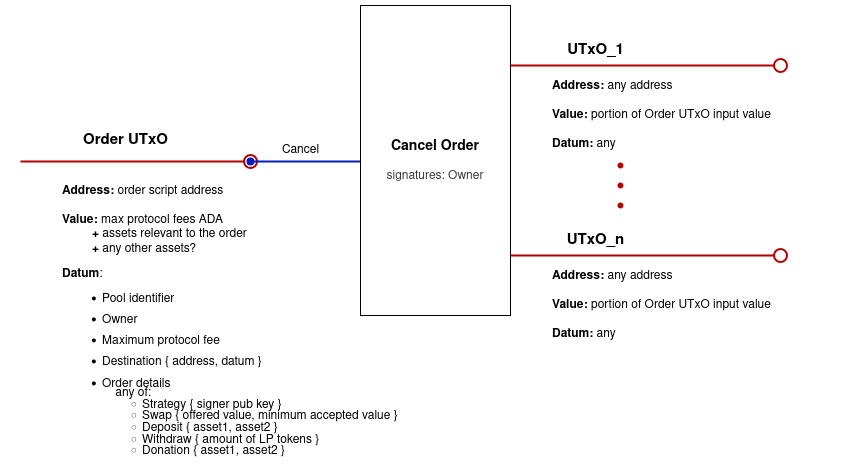
This is src/img/cancel_order.png from txpipe-shop/sundae-swap, a draw.io export, as it was before one commit. Source tidied: cells renumbered, new cells last; positions are measured from the earlier drawing's top-left corner, leaving out a move shared by most shapes. Its diagram source:
```xml
<mxGraphModel>
  <root>
    <mxCell id="0" />
    <mxCell id="1" parent="0" />
    <mxCell id="2" style="endArrow=oval;html=1;rounded=0;strokeWidth=2;fillColor=#e51400;strokeColor=#B20000;startArrow=none;startFill=0;endFill=0;endSize=13;" parent="1" edge="1">
      <mxGeometry relative="1" as="geometry">
        <mxPoint y="156" as="sourcePoint" />
        <mxPoint x="230" y="156" as="targetPoint" />
      </mxGeometry>
    </mxCell>
    <mxCell id="3" style="endArrow=oval;html=1;rounded=0;fillColor=#0050ef;strokeColor=#001DBC;shadow=0;strokeWidth=2;startArrow=none;startFill=0;endFill=1;endSize=6;" parent="1" edge="1">
      <mxGeometry relative="1" as="geometry">
        <mxPoint x="350" y="156" as="sourcePoint" />
        <mxPoint x="230" y="156" as="targetPoint" />
      </mxGeometry>
    </mxCell>
    <mxCell id="4" value="&lt;b&gt;&lt;font style=&quot;&quot;&gt;&lt;span style=&quot;font-size: 14px;&quot;&gt;Cancel Order&lt;/span&gt;&lt;/font&gt;&lt;/b&gt;&lt;br&gt;&lt;font color=&quot;#808080&quot;&gt;&lt;br&gt;&lt;/font&gt;&lt;font color=&quot;#3d3846&quot;&gt;signatures: Owner&lt;/font&gt;" style="rounded=0;whiteSpace=wrap;html=1;" parent="1" vertex="1">
      <mxGeometry x="340" width="150" height="310" as="geometry" />
    </mxCell>
    <mxCell id="5" value="&lt;div&gt;&lt;b&gt;Address: &lt;/b&gt;order script address&lt;b&gt;&lt;br&gt;&lt;br&gt;Value: &lt;/b&gt;max protocol fees&lt;b&gt; &lt;/b&gt;ADA&lt;/div&gt;&lt;div&gt;&lt;b&gt;&amp;nbsp;&amp;nbsp;&amp;nbsp;&amp;nbsp;&amp;nbsp;&amp;nbsp;&amp;nbsp;&amp;nbsp; + &lt;/b&gt;assets relevant to the order&lt;b&gt;&lt;br&gt;&lt;/b&gt;&lt;/div&gt;&lt;div&gt;&lt;b&gt;&amp;nbsp;&amp;nbsp;&amp;nbsp;&amp;nbsp;&amp;nbsp;&amp;nbsp;&amp;nbsp;&amp;nbsp; + &lt;/b&gt;any other assets?&lt;br&gt;&lt;/div&gt;&lt;div&gt;&lt;p style=&quot;line-height: 100%;&quot;&gt;&lt;b&gt;Datum&lt;/b&gt;:&lt;/p&gt;&lt;ul style=&quot;line-height: 80%;&quot;&gt;&lt;li&gt;Pool identifier&lt;br&gt;&lt;/li&gt;&lt;br&gt;&lt;li&gt;Owner&lt;/li&gt;&lt;br&gt;&lt;li&gt;Maximum protocol fee&lt;br&gt;&lt;/li&gt;&lt;br&gt;&lt;li&gt;Destination { address, datum }&lt;br&gt;&lt;/li&gt;&lt;br&gt;&lt;li&gt;Order details&lt;br&gt;&amp;nbsp;&amp;nbsp;&amp;nbsp; any of:&lt;br&gt;&lt;/li&gt;&lt;ul&gt;&lt;li&gt;Strategy { signer pub key }&lt;/li&gt;&lt;li&gt;Swap { offered value, minimum accepted value }&lt;/li&gt;&lt;li&gt;Deposit { asset1, asset2 }&lt;/li&gt;&lt;li&gt;Withdraw { amount of LP tokens }&lt;/li&gt;&lt;li&gt;Donation { asset1, asset2 }&lt;br&gt;&lt;/li&gt;&lt;/ul&gt;&lt;/ul&gt;&lt;/div&gt;" style="text;html=1;strokeColor=none;fillColor=none;align=left;verticalAlign=middle;whiteSpace=wrap;rounded=0;" parent="1" vertex="1">
      <mxGeometry x="40" y="300" width="440" height="41" as="geometry" />
    </mxCell>
    <mxCell id="6" value="&lt;font style=&quot;font-size: 15px;&quot;&gt;&lt;b style=&quot;font-size: 12px;&quot;&gt;&lt;font style=&quot;font-size: 15px;&quot;&gt;Order UTxO&lt;br&gt;&lt;/font&gt;&lt;/b&gt;&lt;/font&gt;" style="text;html=1;align=center;verticalAlign=middle;strokeColor=none;fillColor=none;" parent="1" vertex="1">
      <mxGeometry x="50" y="120" width="110" height="30" as="geometry" />
    </mxCell>
    <mxCell id="7" style="endArrow=oval;html=1;rounded=0;strokeWidth=2;fillColor=#e51400;strokeColor=#B20000;startArrow=none;startFill=0;endFill=0;endSize=13;" parent="1" edge="1">
      <mxGeometry relative="1" as="geometry">
        <mxPoint x="490" y="60" as="sourcePoint" />
        <mxPoint x="760" y="60" as="targetPoint" />
      </mxGeometry>
    </mxCell>
    <mxCell id="8" value="&lt;b&gt;Address:&lt;/b&gt; any address&lt;br&gt;&lt;br&gt;&lt;div&gt;&lt;b&gt;Value: &lt;/b&gt;portion of Order UTxO input value&lt;br&gt;&lt;br&gt;&lt;b&gt;Datum:&lt;/b&gt; any&lt;br&gt;&lt;/div&gt;" style="text;html=1;strokeColor=none;fillColor=none;align=left;verticalAlign=middle;whiteSpace=wrap;rounded=0;" parent="1" vertex="1">
      <mxGeometry x="530" y="89" width="310" height="41" as="geometry" />
    </mxCell>
    <mxCell id="9" value="&lt;font style=&quot;font-size: 15px;&quot;&gt;&lt;b style=&quot;font-size: 12px;&quot;&gt;&lt;font style=&quot;font-size: 15px;&quot;&gt;UTxO_1&lt;/font&gt;&lt;/b&gt;&lt;/font&gt;" style="text;html=1;align=center;verticalAlign=middle;strokeColor=none;fillColor=none;" parent="1" vertex="1">
      <mxGeometry x="535" y="30" width="80" height="30" as="geometry" />
    </mxCell>
    <mxCell id="10" value="Cancel" style="text;html=1;align=center;verticalAlign=middle;strokeColor=none;fillColor=none;" parent="1" vertex="1">
      <mxGeometry x="250" y="130" width="60" height="30" as="geometry" />
    </mxCell>
    <mxCell id="11" style="shape=waypoint;sketch=0;size=6;fillColor=#e51400;perimeter=centerPerimeter;fontColor=#ffffff;strokeColor=#B20000;" parent="1" vertex="1">
      <mxGeometry x="590" y="150" width="20" height="20" as="geometry" />
    </mxCell>
    <mxCell id="12" style="shape=waypoint;sketch=0;size=6;fillColor=#e51400;perimeter=centerPerimeter;fontColor=#ffffff;strokeColor=#B20000;" parent="1" vertex="1">
      <mxGeometry x="590" y="170" width="20" height="20" as="geometry" />
    </mxCell>
    <mxCell id="13" style="shape=waypoint;sketch=0;size=6;fillColor=#e51400;perimeter=centerPerimeter;fontColor=#ffffff;strokeColor=#B20000;" parent="1" vertex="1">
      <mxGeometry x="590" y="190" width="20" height="20" as="geometry" />
    </mxCell>
    <mxCell id="14" style="endArrow=oval;html=1;rounded=0;strokeWidth=2;fillColor=#e51400;strokeColor=#B20000;startArrow=none;startFill=0;endFill=0;endSize=13;" parent="1" edge="1">
      <mxGeometry relative="1" as="geometry">
        <mxPoint x="490" y="250" as="sourcePoint" />
        <mxPoint x="760" y="250" as="targetPoint" />
      </mxGeometry>
    </mxCell>
    <mxCell id="15" value="&lt;b&gt;Address:&lt;/b&gt; any address&lt;br&gt;&lt;br&gt;&lt;div&gt;&lt;b&gt;Value: &lt;/b&gt;portion of Order UTxO input value&lt;br&gt;&lt;br&gt;&lt;b&gt;Datum:&lt;/b&gt; any&lt;br&gt;&lt;/div&gt;" style="text;html=1;strokeColor=none;fillColor=none;align=left;verticalAlign=middle;whiteSpace=wrap;rounded=0;" parent="1" vertex="1">
      <mxGeometry x="530" y="279.5" width="310" height="41" as="geometry" />
    </mxCell>
    <mxCell id="16" value="&lt;font style=&quot;font-size: 15px;&quot;&gt;&lt;b style=&quot;font-size: 12px;&quot;&gt;&lt;font style=&quot;font-size: 15px;&quot;&gt;UTxO_n&lt;/font&gt;&lt;/b&gt;&lt;/font&gt;" style="text;html=1;align=center;verticalAlign=middle;strokeColor=none;fillColor=none;" parent="1" vertex="1">
      <mxGeometry x="535" y="220" width="80" height="30" as="geometry" />
    </mxCell>
  </root>
</mxGraphModel>
```
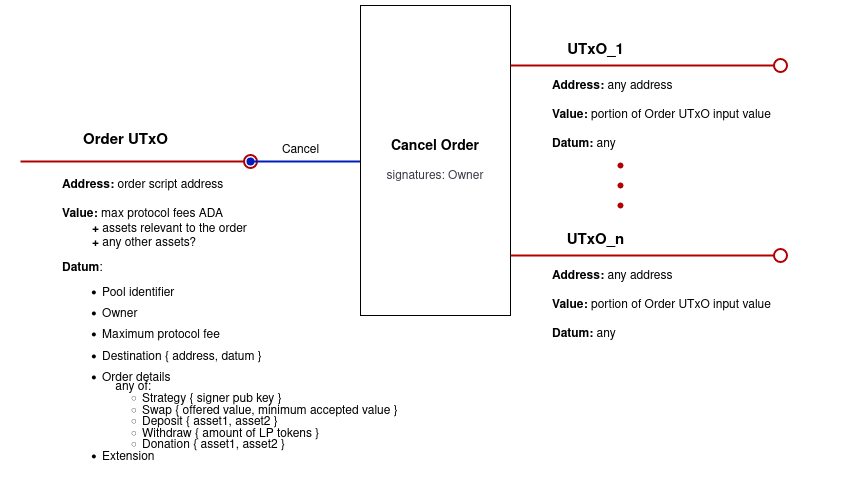
Above is the later version.

What changed in the source:
```diff
@@ -17,7 +17,7 @@
     <mxCell id="4" value="&lt;b&gt;&lt;font style=&quot;&quot;&gt;&lt;span style=&quot;font-size: 14px;&quot;&gt;Cancel Order&lt;/span&gt;&lt;/font&gt;&lt;/b&gt;&lt;br&gt;&lt;font color=&quot;#808080&quot;&gt;&lt;br&gt;&lt;/font&gt;&lt;font color=&quot;#3d3846&quot;&gt;signatures: Owner&lt;/font&gt;" style="rounded=0;whiteSpace=wrap;html=1;" parent="1" vertex="1">
       <mxGeometry x="340" width="150" height="310" as="geometry" />
     </mxCell>
-    <mxCell id="5" value="&lt;div&gt;&lt;b&gt;Address: &lt;/b&gt;order script address&lt;b&gt;&lt;br&gt;&lt;br&gt;Value: &lt;/b&gt;max protocol fees&lt;b&gt; &lt;/b&gt;ADA&lt;/div&gt;&lt;div&gt;&lt;b&gt;&amp;nbsp;&amp;nbsp;&amp;nbsp;&amp;nbsp;&amp;nbsp;&amp;nbsp;&amp;nbsp;&amp;nbsp; + &lt;/b&gt;assets relevant to the order&lt;b&gt;&lt;br&gt;&lt;/b&gt;&lt;/div&gt;&lt;div&gt;&lt;b&gt;&amp;nbsp;&amp;nbsp;&amp;nbsp;&amp;nbsp;&amp;nbsp;&amp;nbsp;&amp;nbsp;&amp;nbsp; + &lt;/b&gt;any other assets?&lt;br&gt;&lt;/div&gt;&lt;div&gt;&lt;p style=&quot;line-height: 100%;&quot;&gt;&lt;b&gt;Datum&lt;/b&gt;:&lt;/p&gt;&lt;ul style=&quot;line-height: 80%;&quot;&gt;&lt;li&gt;Pool identifier&lt;br&gt;&lt;/li&gt;&lt;br&gt;&lt;li&gt;Owner&lt;/li&gt;&lt;br&gt;&lt;li&gt;Maximum protocol fee&lt;br&gt;&lt;/li&gt;&lt;br&gt;&lt;li&gt;Destination { address, datum }&lt;br&gt;&lt;/li&gt;&lt;br&gt;&lt;li&gt;Order details&lt;br&gt;&amp;nbsp;&amp;nbsp;&amp;nbsp; any of:&lt;br&gt;&lt;/li&gt;&lt;ul&gt;&lt;li&gt;Strategy { signer pub key }&lt;/li&gt;&lt;li&gt;Swap { offered value, minimum accepted value }&lt;/li&gt;&lt;li&gt;Deposit { asset1, asset2 }&lt;/li&gt;&lt;li&gt;Withdraw { amount of LP tokens }&lt;/li&gt;&lt;li&gt;Donation { asset1, asset2 }&lt;br&gt;&lt;/li&gt;&lt;/ul&gt;&lt;/ul&gt;&lt;/div&gt;" style="text;html=1;strokeColor=none;fillColor=none;align=left;verticalAlign=middle;whiteSpace=wrap;rounded=0;" parent="1" vertex="1">
+    <mxCell id="5" value="&lt;div&gt;&lt;b&gt;Address: &lt;/b&gt;order script address&lt;b&gt;&lt;br&gt;&lt;br&gt;Value: &lt;/b&gt;max protocol fees&lt;b&gt; &lt;/b&gt;ADA&lt;/div&gt;&lt;div&gt;&lt;b&gt;&amp;nbsp;&amp;nbsp;&amp;nbsp;&amp;nbsp;&amp;nbsp;&amp;nbsp;&amp;nbsp;&amp;nbsp; + &lt;/b&gt;assets relevant to the order&lt;b&gt;&lt;br&gt;&lt;/b&gt;&lt;/div&gt;&lt;div&gt;&lt;b&gt;&amp;nbsp;&amp;nbsp;&amp;nbsp;&amp;nbsp;&amp;nbsp;&amp;nbsp;&amp;nbsp;&amp;nbsp; + &lt;/b&gt;any other assets?&lt;br&gt;&lt;/div&gt;&lt;div&gt;&lt;p style=&quot;line-height: 100%;&quot;&gt;&lt;b&gt;Datum&lt;/b&gt;:&lt;/p&gt;&lt;ul style=&quot;line-height: 80%;&quot;&gt;&lt;li&gt;Pool identifier&lt;br&gt;&lt;/li&gt;&lt;br&gt;&lt;li&gt;Owner&lt;/li&gt;&lt;br&gt;&lt;li&gt;Maximum protocol fee&lt;br&gt;&lt;/li&gt;&lt;br&gt;&lt;li&gt;Destination { address, datum }&lt;br&gt;&lt;/li&gt;&lt;br&gt;&lt;li&gt;Order details&lt;br&gt;&amp;nbsp;&amp;nbsp;&amp;nbsp; any of:&lt;br&gt;&lt;/li&gt;&lt;ul&gt;&lt;li&gt;Strategy { signer pub key }&lt;/li&gt;&lt;li&gt;Swap { offered value, minimum accepted value }&lt;/li&gt;&lt;li&gt;Deposit { asset1, asset2 }&lt;/li&gt;&lt;li&gt;Withdraw { amount of LP tokens }&lt;/li&gt;&lt;li&gt;Donation { asset1, asset2 }&lt;/li&gt;&lt;/ul&gt;&lt;li&gt;Extension&lt;br&gt;&lt;/li&gt;&lt;/ul&gt;&lt;/div&gt;" style="text;html=1;strokeColor=none;fillColor=none;align=left;verticalAlign=middle;whiteSpace=wrap;rounded=0;" parent="1" vertex="1">
       <mxGeometry x="40" y="300" width="440" height="41" as="geometry" />
     </mxCell>
     <mxCell id="6" value="&lt;font style=&quot;font-size: 15px;&quot;&gt;&lt;b style=&quot;font-size: 12px;&quot;&gt;&lt;font style=&quot;font-size: 15px;&quot;&gt;Order UTxO&lt;br&gt;&lt;/font&gt;&lt;/b&gt;&lt;/font&gt;" style="text;html=1;align=center;verticalAlign=middle;strokeColor=none;fillColor=none;" parent="1" vertex="1">
```
